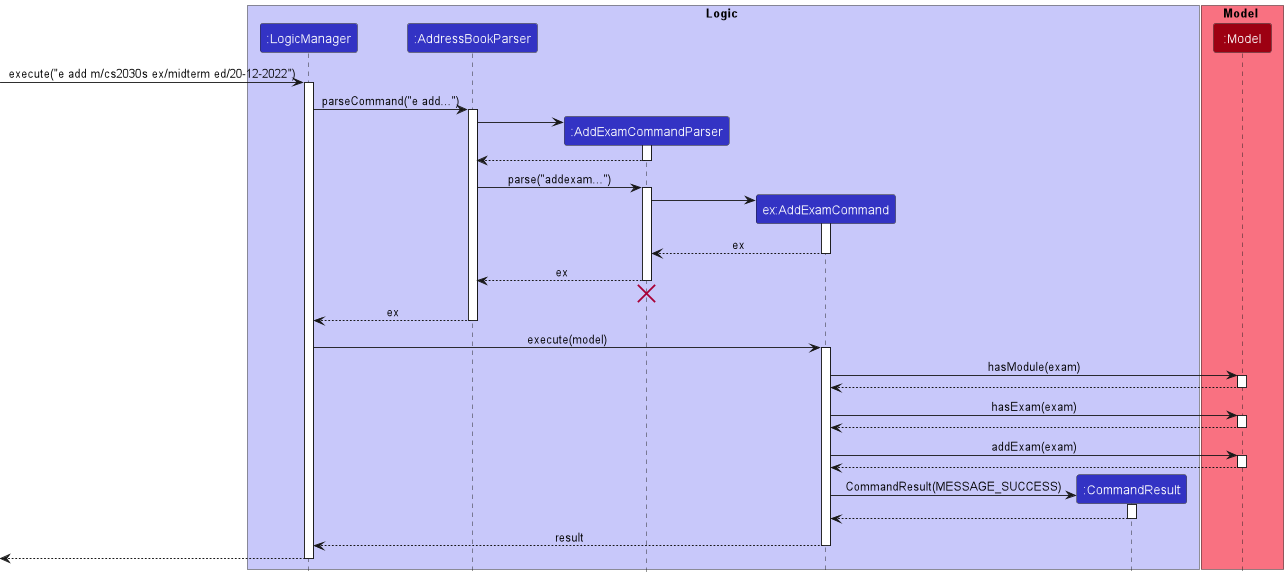
Above: docs/images/AddExamCommandSequenceDiagram.png in nus-cs2103-AY2223S1/tp (PlantUML), before the change. Source of this version:
```plantuml
@startuml
!include style.puml

box Logic LOGIC_COLOR_T1
participant ":LogicManager" as LogicManager LOGIC_COLOR
participant ":AddressBookParser" as AddressBookParser LOGIC_COLOR
participant ":AddExamCommandParser" as AddExamCommandParser LOGIC_COLOR
participant "ex:AddExamCommand" as AddExamCommand LOGIC_COLOR
participant ":CommandResult" as CommandResult LOGIC_COLOR
end box

box Model MODEL_COLOR_T1
participant ":Model" as Model MODEL_COLOR
end box

[-> LogicManager : execute("e add m/cs2030s ex/midterm ed/20-12-2022")
activate LogicManager

LogicManager -> AddressBookParser: parseCommand("e add...")
activate AddressBookParser

create AddExamCommandParser
AddressBookParser -> AddExamCommandParser
activate AddExamCommandParser

AddExamCommandParser --> AddressBookParser
deactivate AddExamCommandParser

AddressBookParser -> AddExamCommandParser: parse("addexam...")
activate AddExamCommandParser

create AddExamCommand
AddExamCommandParser -> AddExamCommand
activate AddExamCommand

AddExamCommand --> AddExamCommandParser : ex
deactivate AddExamCommand

AddExamCommandParser --> AddressBookParser : ex
deactivate AddExamCommandParser
AddExamCommandParser [hidden]--> AddressBookParser
destroy AddExamCommandParser

AddressBookParser --> LogicManager : ex
deactivate AddressBookParser

LogicManager -> AddExamCommand : execute(model)
activate AddExamCommand

AddExamCommand -> Model: hasModule(exam)
activate Model
Model --> AddExamCommand
deactivate Model



AddExamCommand -> Model: hasExam(exam)
activate Model
Model --> AddExamCommand
deactivate Model

AddExamCommand -> Model: addExam(exam)
activate Model

Model --> AddExamCommand
deactivate Model



create CommandResult
AddExamCommand -> CommandResult: CommandResult(MESSAGE_SUCCESS)

activate CommandResult
CommandResult --> AddExamCommand
deactivate CommandResult

AddExamCommand --> LogicManager: result
deactivate AddExamCommand



[<--LogicManager
deactivate LogicManager

@enduml
```
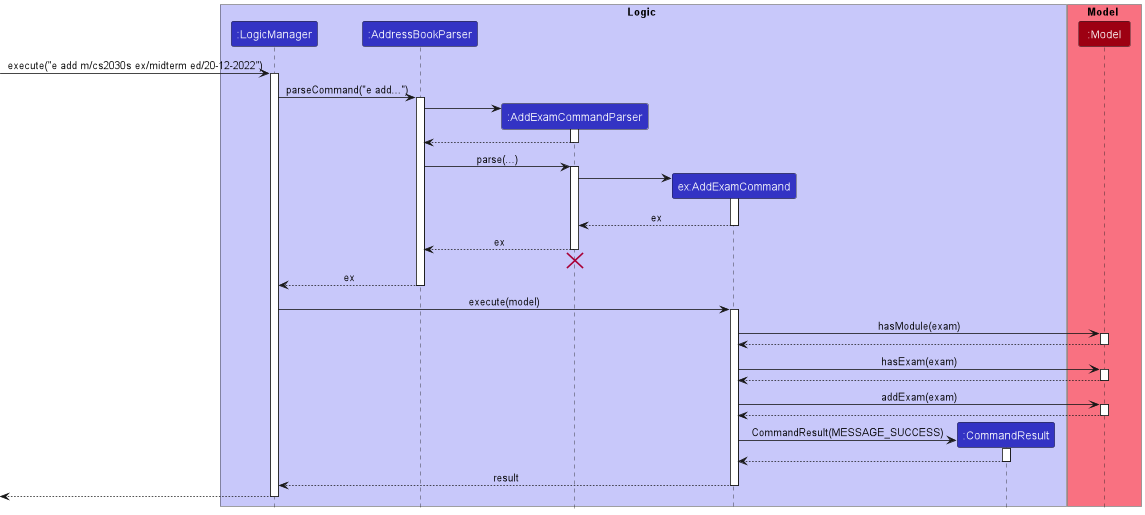
Above is the later version.

Change to the diagram source:
```diff
@@ -26,7 +26,7 @@
 AddExamCommandParser --> AddressBookParser
 deactivate AddExamCommandParser
 
-AddressBookParser -> AddExamCommandParser: parse("addexam...")
+AddressBookParser -> AddExamCommandParser: parse(...)
 activate AddExamCommandParser
 
 create AddExamCommand
```
